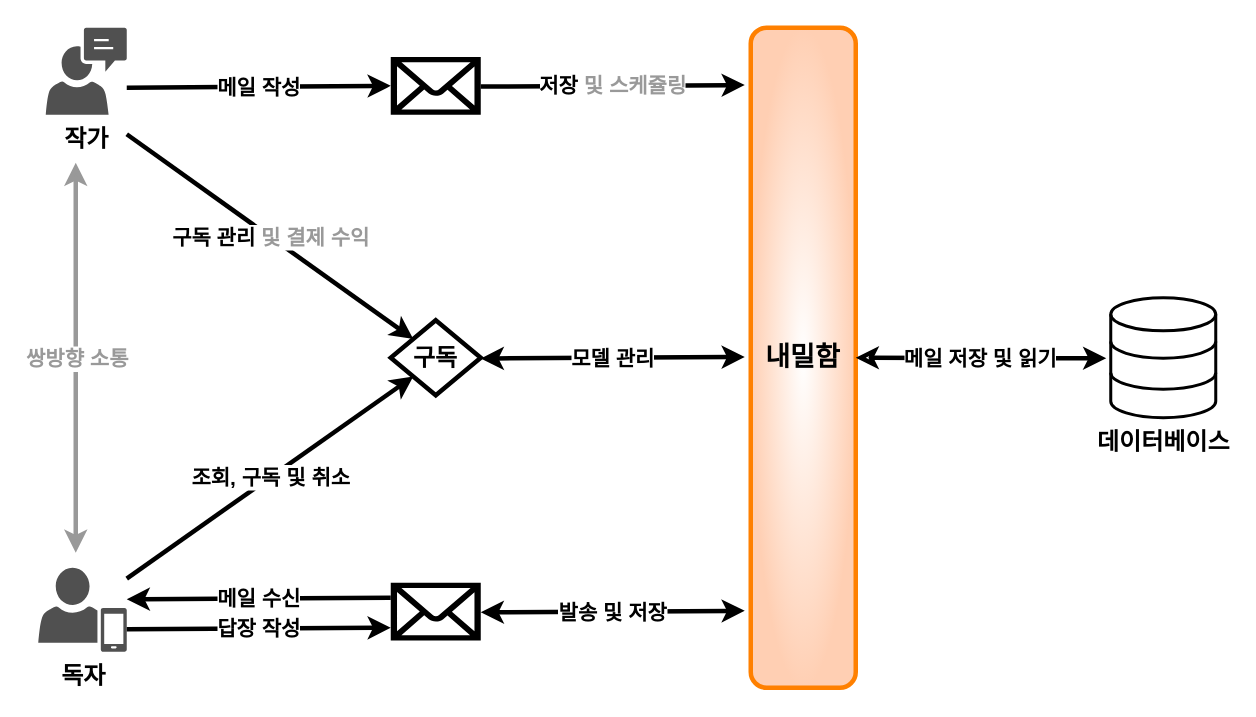
Before: writer_reader.drawio in Naemilham/nmh_back, a draw.io diagram. Source tidied: cells renumbered, new cells numbered last; positions are measured from the earlier drawing's top-left corner, leaving out a move shared by most shapes. Both pictures are drawn from the tidied source at 150%, with x=0, y=0 at pixel (38, 27).
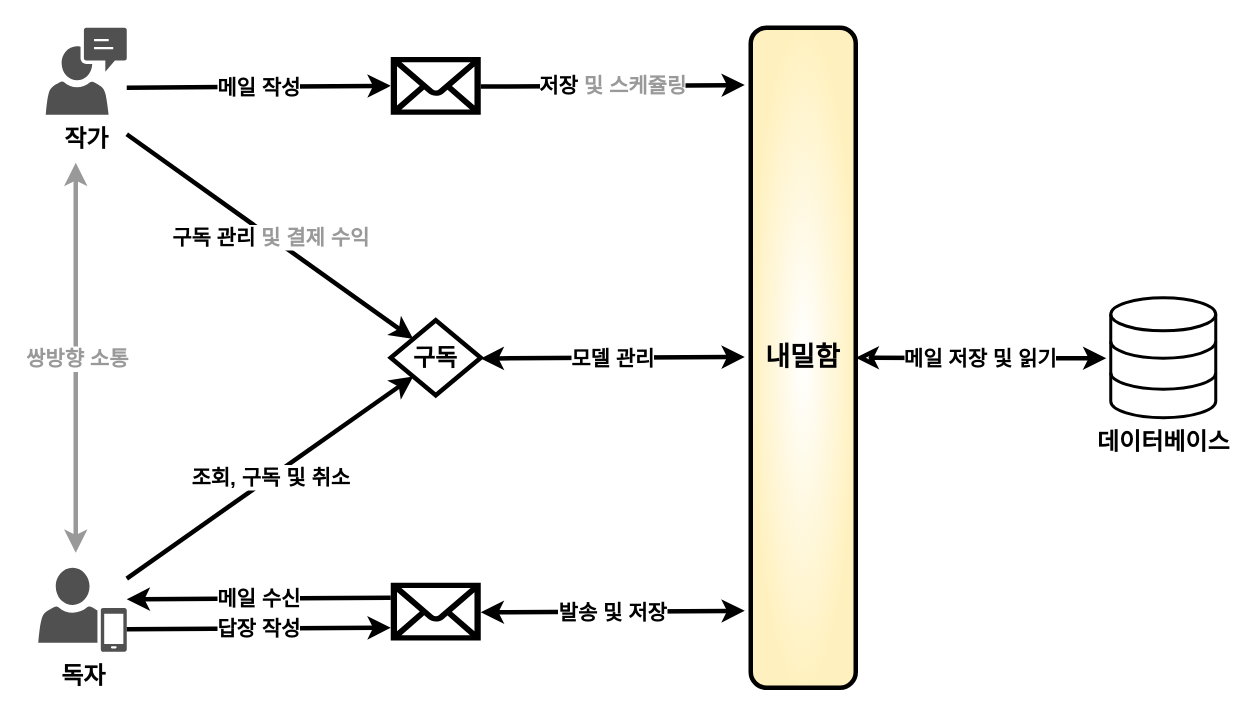
Above is the later version.

The edit, as a diff of the source:
```diff
@@
-    <mxCell id="5" value="&lt;b&gt;&lt;font style=&quot;font-size: 18px;&quot;&gt;내밀함&lt;/font&gt;&lt;/b&gt;" style="rounded=1;whiteSpace=wrap;html=1;fillColor=default;strokeWidth=3;strokeColor=#FF8000;gradientColor=#FFCFB3;gradientDirection=radial;" parent="1" vertex="1">
+    <mxCell id="5" value="&lt;b&gt;&lt;font style=&quot;font-size: 18px;&quot;&gt;내밀함&lt;/font&gt;&lt;/b&gt;" style="rounded=1;whiteSpace=wrap;html=1;fillColor=default;strokeWidth=3;strokeColor=#000000;gradientColor=#FFF1bF;gradientDirection=radial;" parent="1" vertex="1">
       <mxGeometry x="475" width="70" height="440" as="geometry" />
     </mxCell>
```
